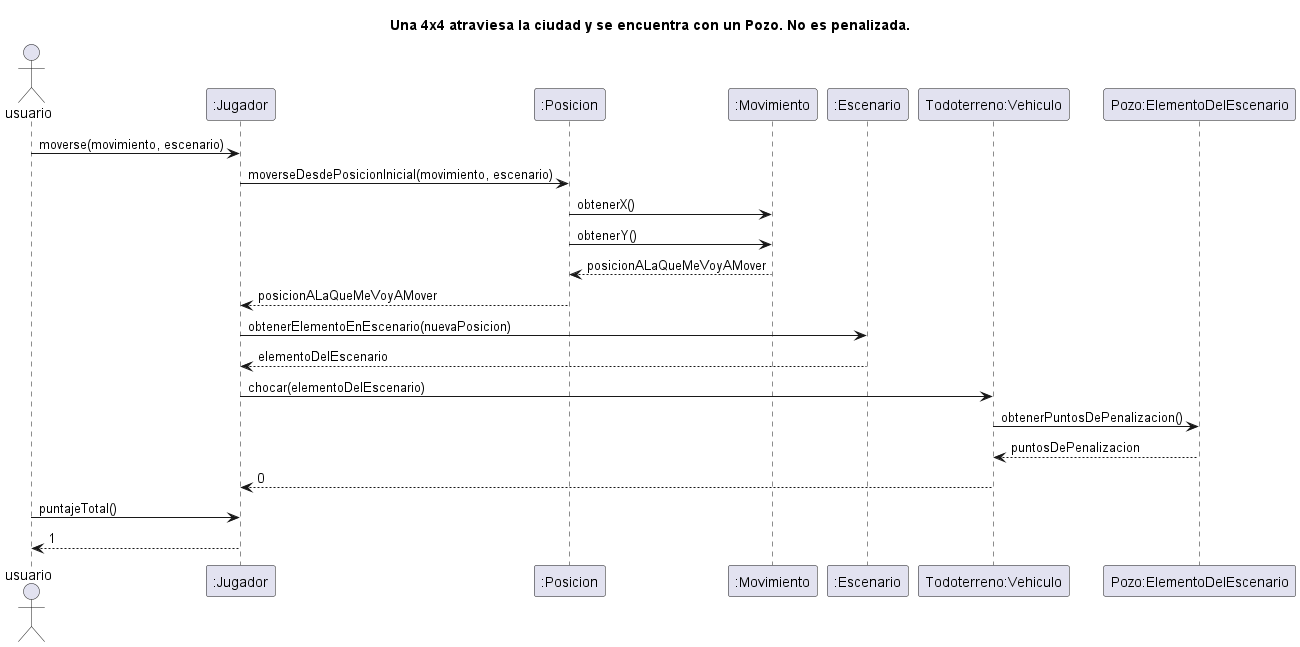
This is diagrams/sequences/todoterreno_choca_pozo.png from NestorPala/T17-GPSChallenge, a PlantUML export, as it was before one commit. Its source is kept beside it as diagrams/sequences/todoterreno_choca_pozo.puml.
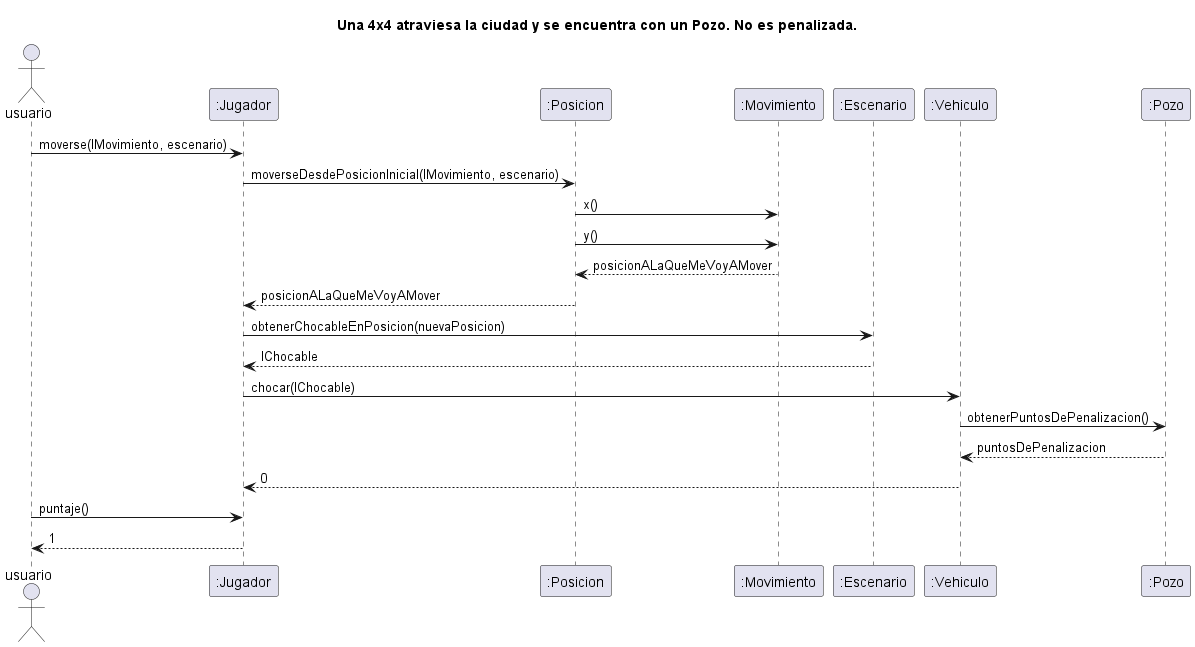
After the change.

Change to the diagram source:
```diff
@@ -2,19 +2,19 @@
 title Una 4x4 atraviesa la ciudad y se encuentra con un Pozo. No es penalizada.
 Actor usuario
 
-"usuario" -> ":Jugador": moverse(movimiento, escenario)
-":Jugador" -> ":Posicion": moverseDesdePosicionInicial(movimiento, escenario)
-":Posicion" -> ":Movimiento": obtenerX()
-":Posicion" -> ":Movimiento": obtenerY()
+"usuario" -> ":Jugador": moverse(IMovimiento, escenario)
+":Jugador" -> ":Posicion": moverseDesdePosicionInicial(IMovimiento, escenario)
+":Posicion" -> ":Movimiento": x()
+":Posicion" -> ":Movimiento": y()
 return posicionALaQueMeVoyAMover
 ":Posicion" --> ":Jugador": posicionALaQueMeVoyAMover
-":Jugador" -> ":Escenario": obtenerElementoEnEscenario(nuevaPosicion)
-":Escenario" --> ":Jugador": elementoDelEscenario
-":Jugador" -> "Todoterreno:Vehiculo": chocar(elementoDelEscenario)
-"Todoterreno:Vehiculo" -> "Pozo:ElementoDelEscenario": obtenerPuntosDePenalizacion()
+":Jugador" -> ":Escenario": obtenerChocableEnPosicion(nuevaPosicion)
+":Escenario" --> ":Jugador": IChocable
+":Jugador" -> ":Vehiculo": chocar(IChocable)
+":Vehiculo" -> ":Pozo": obtenerPuntosDePenalizacion()
 return puntosDePenalizacion
-"Todoterreno:Vehiculo" --> ":Jugador": 0
-"usuario" -> ":Jugador": puntajeTotal()
+":Vehiculo" --> ":Jugador": 0
+"usuario" -> ":Jugador": puntaje()
 return 1
 
 @enduml
```
